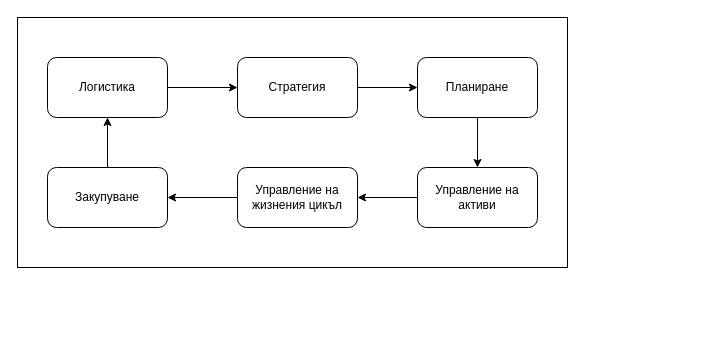
This is Chapter1/SCMelements.drawio from profjordanov/phd, a draw.io file, before an edit. Source tidied: cells renumbered, new cells numbered last; positions are measured from the earlier drawing's top-left corner, leaving out a move shared by most shapes. Both pictures are drawn from the tidied source at 100%, with x=0, y=0 at pixel (17, 17).
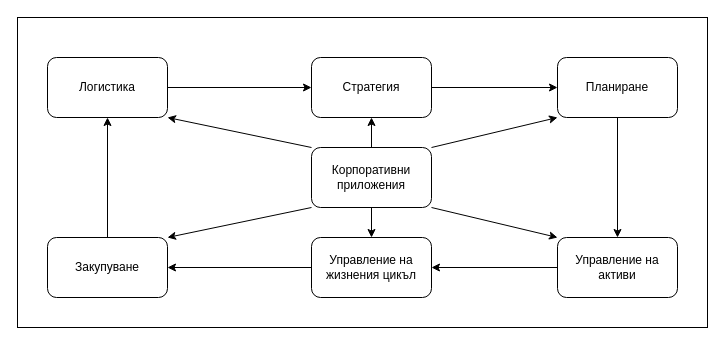
After the change.

The change refers to these unchanged cells:
```xml
<mxCell id="4" value="Логистика " style="rounded=1;whiteSpace=wrap;html=1;" parent="1" vertex="1">
  <mxGeometry x="30" y="40" width="120" height="60" as="geometry" />
</mxCell>
```

The edit, as a diff of the source:
```diff
@@
     <mxCell id="2" style="rounded=0;whiteSpace=wrap;html=1;" parent="1" vertex="1">
-      <mxGeometry width="550" height="250" as="geometry" />
+      <mxGeometry width="690" height="310" as="geometry" />
     </mxCell>
@@
     <mxCell id="6" value="Стратегия " style="rounded=1;whiteSpace=wrap;html=1;" parent="1" vertex="1">
-      <mxGeometry x="220" y="40" width="120" height="60" as="geometry" />
+      <mxGeometry x="294" y="40" width="120" height="60" as="geometry" />
     </mxCell>
@@
     <mxCell id="8" value="Планиране " style="rounded=1;whiteSpace=wrap;html=1;" parent="1" vertex="1">
-      <mxGeometry x="400" y="40" width="120" height="60" as="geometry" />
+      <mxGeometry x="540" y="40" width="120" height="60" as="geometry" />
     </mxCell>
@@
     <mxCell id="10" value="Управление на активи" style="rounded=1;whiteSpace=wrap;html=1;" parent="1" vertex="1">
-      <mxGeometry x="400" y="150" width="120" height="60" as="geometry" />
+      <mxGeometry x="540" y="220" width="120" height="60" as="geometry" />
     </mxCell>
@@
     <mxCell id="12" value="Управление на жизнения цикъл " style="rounded=1;whiteSpace=wrap;html=1;" parent="1" vertex="1">
-      <mxGeometry x="220" y="150" width="120" height="60" as="geometry" />
+      <mxGeometry x="294" y="220" width="120" height="60" as="geometry" />
     </mxCell>
@@
     <mxCell id="14" value="Закупуване " style="rounded=1;whiteSpace=wrap;html=1;" parent="1" vertex="1">
-      <mxGeometry x="30" y="150" width="120" height="60" as="geometry" />
+      <mxGeometry x="30" y="220" width="120" height="60" as="geometry" />
     </mxCell>
+    <mxCell id="15" style="edgeStyle=orthogonalEdgeStyle;rounded=0;jettySize=auto;html=1;" parent="1" edge="1" source="17" target="6">
+      <mxGeometry relative="1" as="geometry" />
+    </mxCell>
+    <mxCell id="16" style="edgeStyle=orthogonalEdgeStyle;rounded=0;jettySize=auto;html=1;" parent="1" edge="1" source="17" target="12">
+      <mxGeometry relative="1" as="geometry" />
+    </mxCell>
+    <mxCell id="17" value="Корпоративни приложения " style="rounded=1;whiteSpace=wrap;html=1;" parent="1" vertex="1">
+      <mxGeometry x="294" y="130" width="120" height="60" as="geometry" />
+    </mxCell>
+    <mxCell id="18" style="endArrow=classic;html=1;rounded=0;entryX=0;entryY=1;entryDx=0;entryDy=0;exitX=1;exitY=0;exitDx=0;exitDy=0;" parent="1" edge="1" source="17" target="8">
+      <mxGeometry relative="1" as="geometry" />
+    </mxCell>
+    <mxCell id="19" style="endArrow=classic;html=1;rounded=0;entryX=0;entryY=0;entryDx=0;entryDy=0;exitX=1;exitY=1;exitDx=0;exitDy=0;" parent="1" edge="1" source="17" target="10">
+      <mxGeometry relative="1" as="geometry" />
+    </mxCell>
+    <mxCell id="20" style="endArrow=classic;html=1;rounded=0;entryX=1;entryY=0;entryDx=0;entryDy=0;exitX=0;exitY=1;exitDx=0;exitDy=0;" parent="1" edge="1" source="17" target="14">
+      <mxGeometry relative="1" as="geometry" />
+    </mxCell>
+    <mxCell id="21" style="endArrow=classic;html=1;rounded=0;exitX=0;exitY=1;exitDx=0;exitDy=0;entryX=1;entryY=1;entryDx=0;entryDy=0;" parent="1" edge="1" target="4">
+      <mxGeometry relative="1" as="geometry">
+        <mxPoint x="294" y="130" as="sourcePoint" />
+      </mxGeometry>
+    </mxCell>
```
